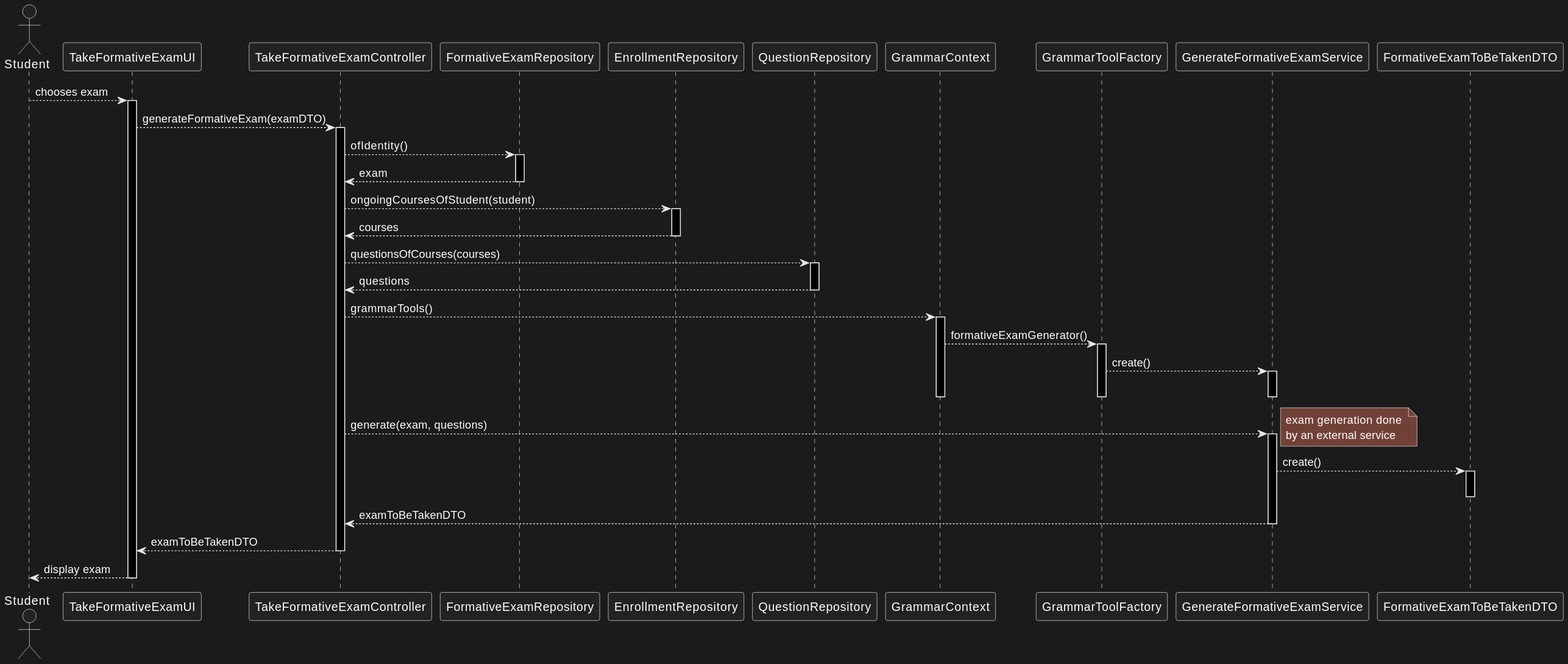
This is docs/us_2009/2-fexam-to-be-taken.svg from jovami/isep-lapr4, a PlantUML export, as it was before one commit. The source it was exported from:
```plantuml
@startuml
actor Student as student

participant TakeFormativeExamUI as ui
participant TakeFormativeExamController as ctrl

participant FormativeExamRepository as repo
participant EnrollmentRepository as e_repo
participant QuestionRepository as q_repo

participant GrammarContext as ctx
participant GrammarToolFactory as grepo

participant GenerateFormativeExamService as svc
participant FormativeExamToBeTakenDTO as dto

student --> ui : chooses exam
activate ui
    ui --> ctrl : generateFormativeExam(examDTO)
    activate ctrl
        ctrl --> repo : ofIdentity()
        activate repo
            repo --> ctrl : exam
        deactivate repo

        ctrl --> e_repo : ongoingCoursesOfStudent(student)
        activate e_repo
            e_repo --> ctrl : courses
        deactivate e_repo

        ctrl --> q_repo : questionsOfCourses(courses)
        activate q_repo
            q_repo --> ctrl : questions
        deactivate q_repo

        ctrl --> ctx : grammarTools()
        activate ctx
            ctx --> grepo : formativeExamGenerator()
            activate grepo
                grepo --> svc : create()
                activate svc
                deactivate svc
            deactivate grepo
        deactivate ctx

        ctrl --> svc : generate(exam, questions)
        activate svc
            note right: exam generation done \nby an external service
            svc --> dto : create()
            activate dto
            deactivate dto
            svc --> ctrl : examToBeTakenDTO
        deactivate svc

        ctrl --> ui : examToBeTakenDTO
    deactivate ctrl

    ui --> student : display exam
deactivate ui
@enduml
```
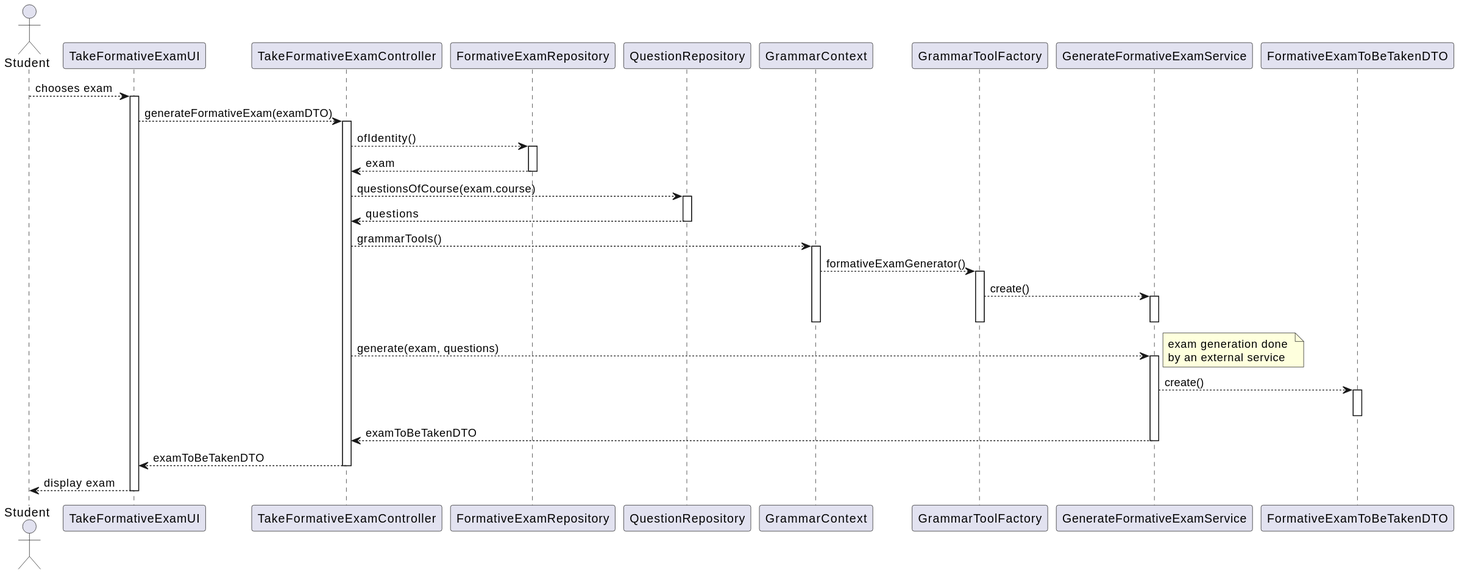
The same diagram one commit later.

Change to the diagram source:
```diff
@@ -5,7 +5,6 @@
 participant TakeFormativeExamController as ctrl
 
 participant FormativeExamRepository as repo
-participant EnrollmentRepository as e_repo
 participant QuestionRepository as q_repo
 
 participant GrammarContext as ctx
@@ -23,12 +22,7 @@
             repo --> ctrl : exam
         deactivate repo
 
-        ctrl --> e_repo : ongoingCoursesOfStudent(student)
-        activate e_repo
-            e_repo --> ctrl : courses
-        deactivate e_repo
-
-        ctrl --> q_repo : questionsOfCourses(courses)
+        ctrl --> q_repo : questionsOfCourse(exam.course)
         activate q_repo
             q_repo --> ctrl : questions
         deactivate q_repo
```
